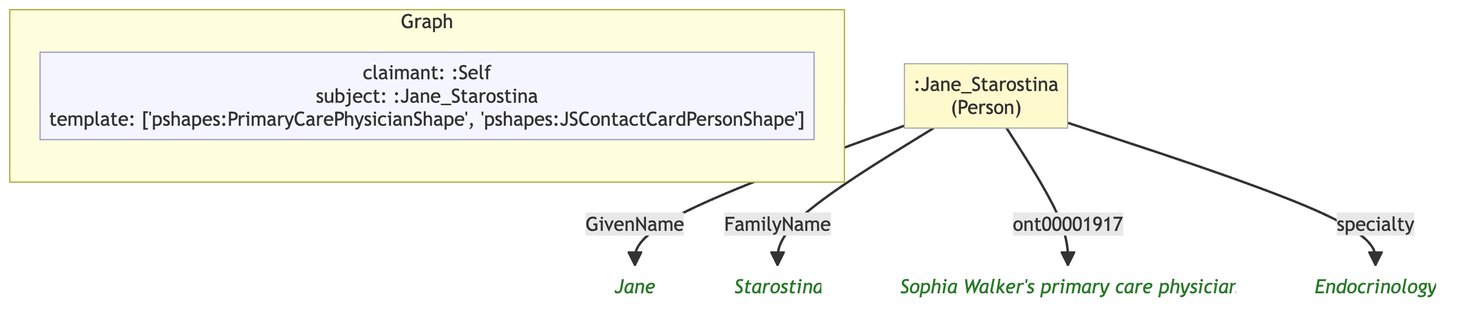
MeeFoundation/mia-ontologies keeps this Mermaid diagram as example/graphs/images/graph-25.png. Above is the earlier version. Its source is kept beside it as example/graphs/images/graph-25.mmd.
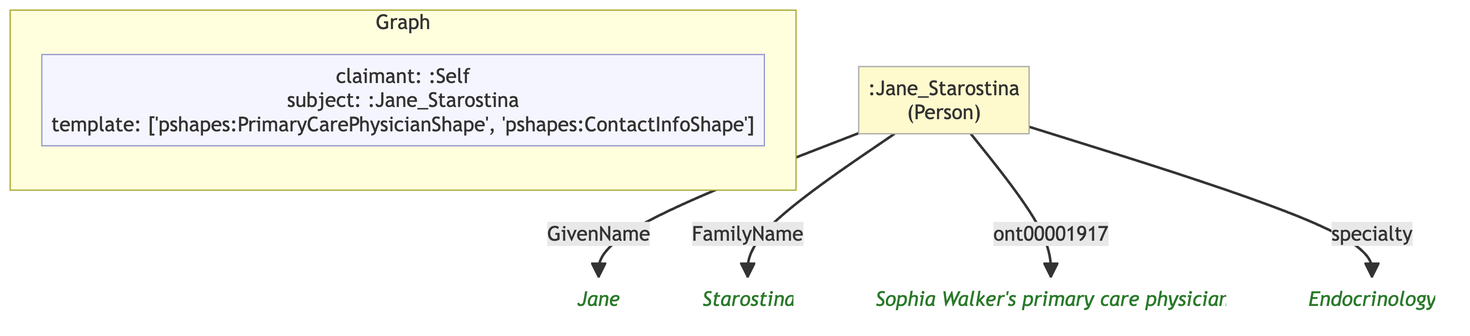
The same file after the commit.

The edit, as a diff of the source:
```diff
@@ -6,16 +6,16 @@
 
     subgraph ctx["Graph"]
         direction LR
-        ctx_meta["claimant: :Self\nsubject: :Jane_Starostina\ntemplate: ['pshapes:PrimaryCarePhysicianShape', 'pshapes:JSContactCardPersonShape']"]:::meta
+        ctx_meta["claimant: :Self\nsubject: :Jane_Starostina\ntemplate: ['pshapes:PrimaryCarePhysicianShape', 'pshapes:ContactInfoShape']"]:::meta
     end
 
     ncb7388e459f8[":Jane_Starostina\n(Person)"]:::person
-    nb37c2d1722f7("Jane"):::lit
-    nfe46ff05e293("Starostina"):::lit
-    n9f4b94edfa47("Sophia Walker's primary care physician"):::lit
+    n9c4e38618163("Jane"):::lit
+    n3569032f4309("Starostina"):::lit
+    n04358eb51fb0("Sophia Walker's primary care physician"):::lit
     n3c7aa6d071dd("Endocrinology"):::lit
 
-    ncb7388e459f8 -->|"GivenName"| nb37c2d1722f7
-    ncb7388e459f8 -->|"FamilyName"| nfe46ff05e293
-    ncb7388e459f8 -->|"ont00001917"| n9f4b94edfa47
+    ncb7388e459f8 -->|"GivenName"| n9c4e38618163
+    ncb7388e459f8 -->|"FamilyName"| n3569032f4309
+    ncb7388e459f8 -->|"ont00001917"| n04358eb51fb0
     ncb7388e459f8 -->|"specialty"| n3c7aa6d071dd
```
